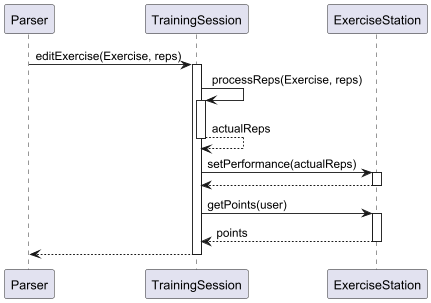
Before: docs/Images/Sequence_editExercise.png, a diagram exported from PlantUML (nus-cs2113-AY2425S1/tp). Its diagram source:
```plantuml
@startuml

participant "Parser" as parser
participant "TrainingSession" as ts
participant "ExerciseStation" as es

parser -> ts: editExercise(Exercise, reps)
activate ts

ts -> ts: processReps(Exercise, reps)
activate ts
ts --> ts: actualReps
deactivate ts

ts -> es: setPerformance(actualReps)
activate es
es --> ts
deactivate es

ts -> es: getPoints(user)
activate es
es --> ts: points
deactivate es

ts --> parser:
deactivate ts

@enduml
```
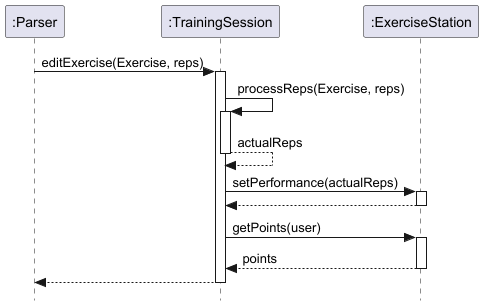
After the change.

Diff of the diagram source:
```diff
@@ -1,8 +1,9 @@
 @startuml
 
-participant "Parser" as parser
-participant "TrainingSession" as ts
-participant "ExerciseStation" as es
+participant ":Parser" as parser
+participant ":TrainingSession" as ts
+participant ":ExerciseStation" as es
+skinparam style strictuml
 
 parser -> ts: editExercise(Exercise, reps)
 activate ts
```
